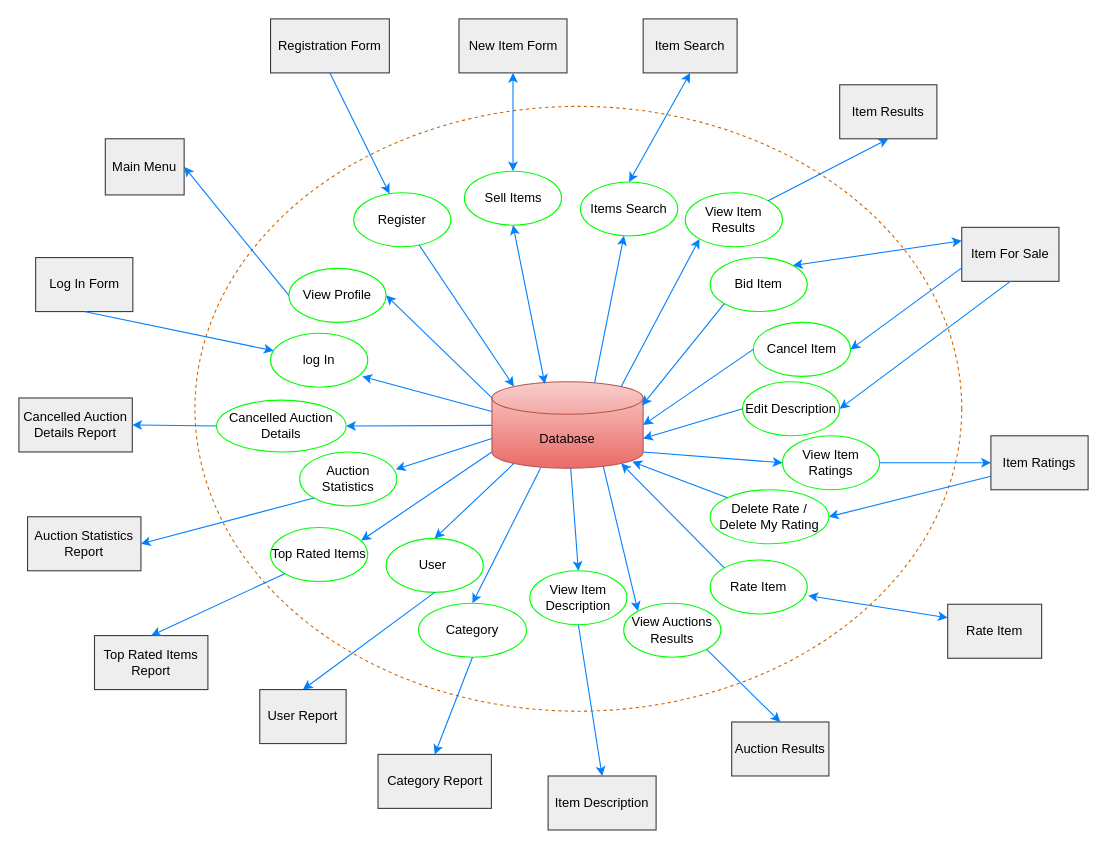
Above: IFD_BuzzBid.drawio in jobanyv9/6400_DatbaseDesign (draw.io), before the change. Source tidied: cells renumbered, new cells numbered last; positions are measured from the earlier drawing's top-left corner, leaving out a move shared by most shapes. Both pictures are drawn from the tidied source at 108%, with x=0, y=0 at pixel (18, 18).
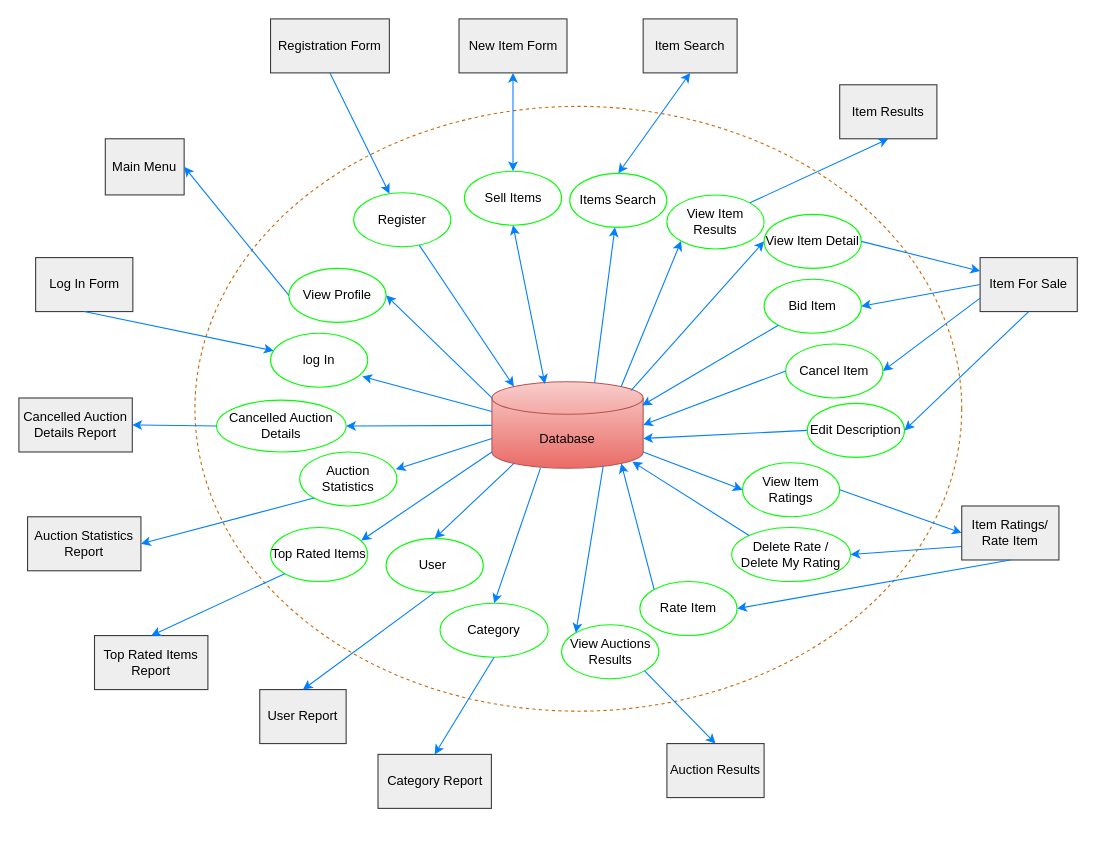
Above is the later version.

The change refers to these unchanged cells:
```xml
<mxCell id="3" value="Database" style="shape=cylinder3;whiteSpace=wrap;html=1;boundedLbl=1;backgroundOutline=1;size=15;fillColor=#f8cecc;strokeColor=#b85450;gradientColor=#ea6b66;" parent="1" vertex="1">
  <mxGeometry x="438" y="336" width="140" height="80" as="geometry" />
</mxCell>
```

Change to the diagram source:
```diff
@@
     <mxCell id="8" value="Items Search" style="ellipse;whiteSpace=wrap;html=1;strokeColor=#00FF00;" parent="1" vertex="1">
-      <mxGeometry x="520" y="151" width="90" height="50" as="geometry" />
+      <mxGeometry x="510" y="143" width="90" height="50" as="geometry" />
     </mxCell>
     <mxCell id="9" value="View Item Ratings" style="ellipse;whiteSpace=wrap;html=1;strokeColor=#00FF00;" parent="1" vertex="1">
-      <mxGeometry x="707" y="386" width="90" height="50" as="geometry" />
+      <mxGeometry x="670" y="411" width="90" height="50" as="geometry" />
     </mxCell>
     <mxCell id="10" value="View Auctions Results" style="ellipse;whiteSpace=wrap;html=1;strokeColor=#00FF00;" parent="1" vertex="1">
-      <mxGeometry x="560" y="541" width="90" height="50" as="geometry" />
+      <mxGeometry x="502.5" y="561" width="90" height="50" as="geometry" />
     </mxCell>
     <mxCell id="11" value="Category" style="ellipse;whiteSpace=wrap;html=1;strokeColor=#00FF00;" parent="1" vertex="1">
-      <mxGeometry x="370" y="541" width="100" height="50" as="geometry" />
+      <mxGeometry x="390" y="541" width="100" height="50" as="geometry" />
     </mxCell>
@@
     <mxCell id="26" value="Item For Sale" style="rounded=0;whiteSpace=wrap;html=1;fillColor=#eeeeee;strokeColor=#36393d;" parent="1" vertex="1">
-      <mxGeometry x="873" y="193" width="90" height="50" as="geometry" />
+      <mxGeometry x="890" y="221" width="90" height="50" as="geometry" />
     </mxCell>
@@
     <mxCell id="28" value="Bid Item" style="ellipse;whiteSpace=wrap;html=1;strokeColor=#00FF00;" parent="1" vertex="1">
-      <mxGeometry x="640" y="221" width="90" height="50" as="geometry" />
+      <mxGeometry x="690" y="241" width="90" height="50" as="geometry" />
     </mxCell>
@@
     <mxCell id="30" value="Cancel Item" style="ellipse;whiteSpace=wrap;html=1;strokeColor=#00FF00;" parent="1" vertex="1">
-      <mxGeometry x="680" y="281" width="90" height="50" as="geometry" />
+      <mxGeometry x="710" y="301" width="90" height="50" as="geometry" />
     </mxCell>
@@
-    <mxCell id="34" value="Rate Item" style="rounded=0;whiteSpace=wrap;html=1;fillColor=#eeeeee;strokeColor=#36393d;" parent="1" vertex="1">
-      <mxGeometry x="860" y="542" width="87" height="50" as="geometry" />
-    </mxCell>
-    <mxCell id="35" value="Item Description" style="rounded=0;whiteSpace=wrap;html=1;fillColor=#eeeeee;strokeColor=#36393d;" parent="1" vertex="1">
-      <mxGeometry x="490" y="701" width="100" height="50" as="geometry" />
-    </mxCell>
@@
     <mxCell id="48" value="Auction Results" style="rounded=0;whiteSpace=wrap;html=1;fillColor=#eeeeee;strokeColor=#36393d;" parent="1" vertex="1">
-      <mxGeometry x="660" y="651" width="90" height="50" as="geometry" />
+      <mxGeometry x="600" y="671" width="90" height="50" as="geometry" />
     </mxCell>
@@
     <mxCell id="54" value="View Item Results" style="ellipse;whiteSpace=wrap;html=1;strokeColor=#00FF00;" parent="1" vertex="1">
-      <mxGeometry x="617" y="161" width="90" height="50" as="geometry" />
+      <mxGeometry x="600" y="163" width="90" height="50" as="geometry" />
     </mxCell>
@@
     <mxCell id="57" value="Edit Description" style="ellipse;whiteSpace=wrap;html=1;strokeColor=#00FF00;" parent="1" vertex="1">
-      <mxGeometry x="670" y="336" width="90" height="50" as="geometry" />
+      <mxGeometry x="730" y="356" width="90" height="50" as="geometry" />
     </mxCell>
@@
     <mxCell id="60" value="Delete Rate / Delete My Rating" style="ellipse;whiteSpace=wrap;html=1;strokeColor=#00FF00;" parent="1" vertex="1">
-      <mxGeometry x="640" y="436" width="110" height="50" as="geometry" />
+      <mxGeometry x="660" y="471" width="110" height="50" as="geometry" />
     </mxCell>
     <mxCell id="61" value="Rate Item" style="ellipse;whiteSpace=wrap;html=1;strokeColor=#00FF00;" parent="1" vertex="1">
-      <mxGeometry x="640" y="501" width="90" height="50" as="geometry" />
+      <mxGeometry x="575" y="521" width="90" height="50" as="geometry" />
     </mxCell>
@@
-    <mxCell id="67" value="Item Ratings" style="rounded=0;whiteSpace=wrap;html=1;fillColor=#eeeeee;strokeColor=#36393d;" parent="1" vertex="1">
-      <mxGeometry x="900" y="386" width="90" height="50" as="geometry" />
+    <mxCell id="67" value="Item Ratings/ Rate Item" style="rounded=0;whiteSpace=wrap;html=1;fillColor=#eeeeee;strokeColor=#36393d;" parent="1" vertex="1">
+      <mxGeometry x="873" y="451" width="90" height="50" as="geometry" />
     </mxCell>
@@
-    <mxCell id="69" value="View Item Description" style="ellipse;whiteSpace=wrap;html=1;strokeColor=#00FF00;" parent="1" vertex="1">
-      <mxGeometry x="473" y="511" width="90" height="50" as="geometry" />
-    </mxCell>
-    <mxCell id="70" style="endArrow=classic;html=1;rounded=0;strokeColor=#007FFF;entryX=0.5;entryY=0;entryDx=0;entryDy=0;" parent="1" edge="1" source="3" target="69">
-      <mxGeometry relative="1" as="geometry" />
-    </mxCell>
-    <mxCell id="71" style="endArrow=classic;html=1;rounded=0;exitX=0.5;exitY=1;exitDx=0;exitDy=0;strokeColor=#007FFF;entryX=0.5;entryY=0;entryDx=0;entryDy=0;" parent="1" edge="1" source="69" target="35">
-      <mxGeometry relative="1" as="geometry" />
-    </mxCell>
@@
-    <mxCell id="75" style="endArrow=classic;startArrow=classic;html=1;rounded=0;entryX=0;entryY=0.25;entryDx=0;entryDy=0;exitX=1;exitY=0;exitDx=0;exitDy=0;strokeColor=#007FFF;" parent="1" edge="1" source="28" target="26">
-      <mxGeometry relative="1" as="geometry" />
-    </mxCell>
-    <mxCell id="76" style="endArrow=classic;startArrow=classic;html=1;rounded=0;entryX=1.011;entryY=0.66;entryDx=0;entryDy=0;exitX=0;exitY=0.25;exitDx=0;exitDy=0;strokeColor=#007FFF;entryPerimeter=0;" parent="1" edge="1" source="34" target="61">
-      <mxGeometry relative="1" as="geometry" />
-    </mxCell>
+    <mxCell id="77" style="endArrow=classic;html=1;rounded=0;exitX=0.5;exitY=1;exitDx=0;exitDy=0;strokeColor=#007FFF;entryX=1;entryY=0.5;entryDx=0;entryDy=0;" parent="1" edge="1" source="67" target="61">
+      <mxGeometry relative="1" as="geometry" />
+    </mxCell>
+    <mxCell id="78" value="View Item Detail" style="ellipse;whiteSpace=wrap;html=1;strokeColor=#00FF00;" parent="1" vertex="1">
+      <mxGeometry x="690" y="181" width="90" height="50" as="geometry" />
+    </mxCell>
+    <mxCell id="79" style="endArrow=classic;html=1;rounded=0;exitX=0.921;exitY=0.1;exitDx=0;exitDy=0;exitPerimeter=0;curved=0;strokeColor=#007FFF;entryX=0;entryY=0.5;entryDx=0;entryDy=0;" parent="1" edge="1" source="3" target="78">
+      <mxGeometry relative="1" as="geometry" />
+    </mxCell>
+    <mxCell id="80" style="endArrow=classic;html=1;rounded=0;exitX=1;exitY=0.5;exitDx=0;exitDy=0;curved=0;strokeColor=#007FFF;entryX=0;entryY=0.25;entryDx=0;entryDy=0;" parent="1" edge="1" source="78" target="26">
+      <mxGeometry relative="1" as="geometry" />
+    </mxCell>
+    <mxCell id="81" style="endArrow=classic;html=1;rounded=0;entryX=1;entryY=0.5;entryDx=0;entryDy=0;exitX=0;exitY=0.5;exitDx=0;exitDy=0;strokeColor=#007FFF;" parent="1" edge="1" source="26" target="28">
+      <mxGeometry relative="1" as="geometry" />
+    </mxCell>
```
